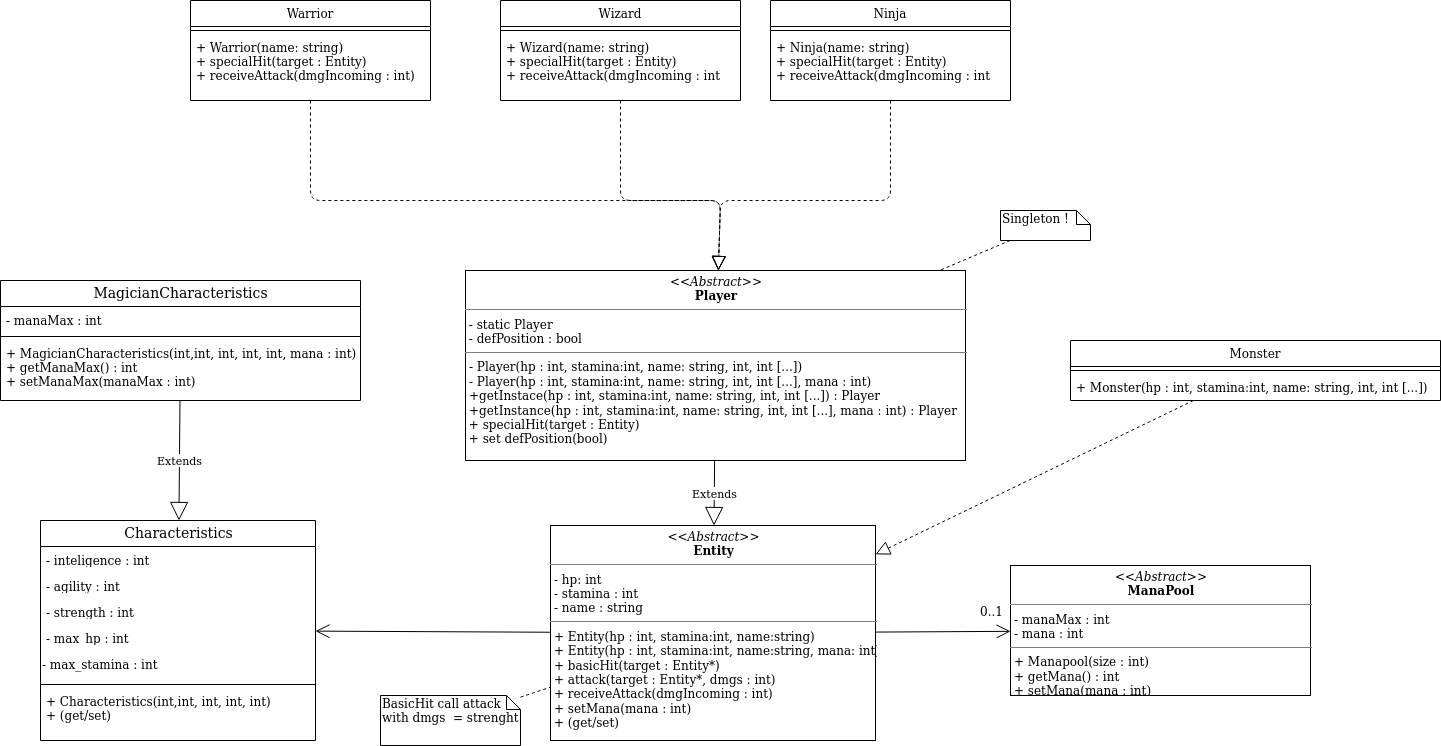
The draw.io diagram UMLs/Overview_characters.png in LavergneC/JavaRPG, before a commit. Source tidied: cells renumbered, new cells last; positions are measured from the earlier drawing's top-left corner, leaving out a move shared by most shapes.
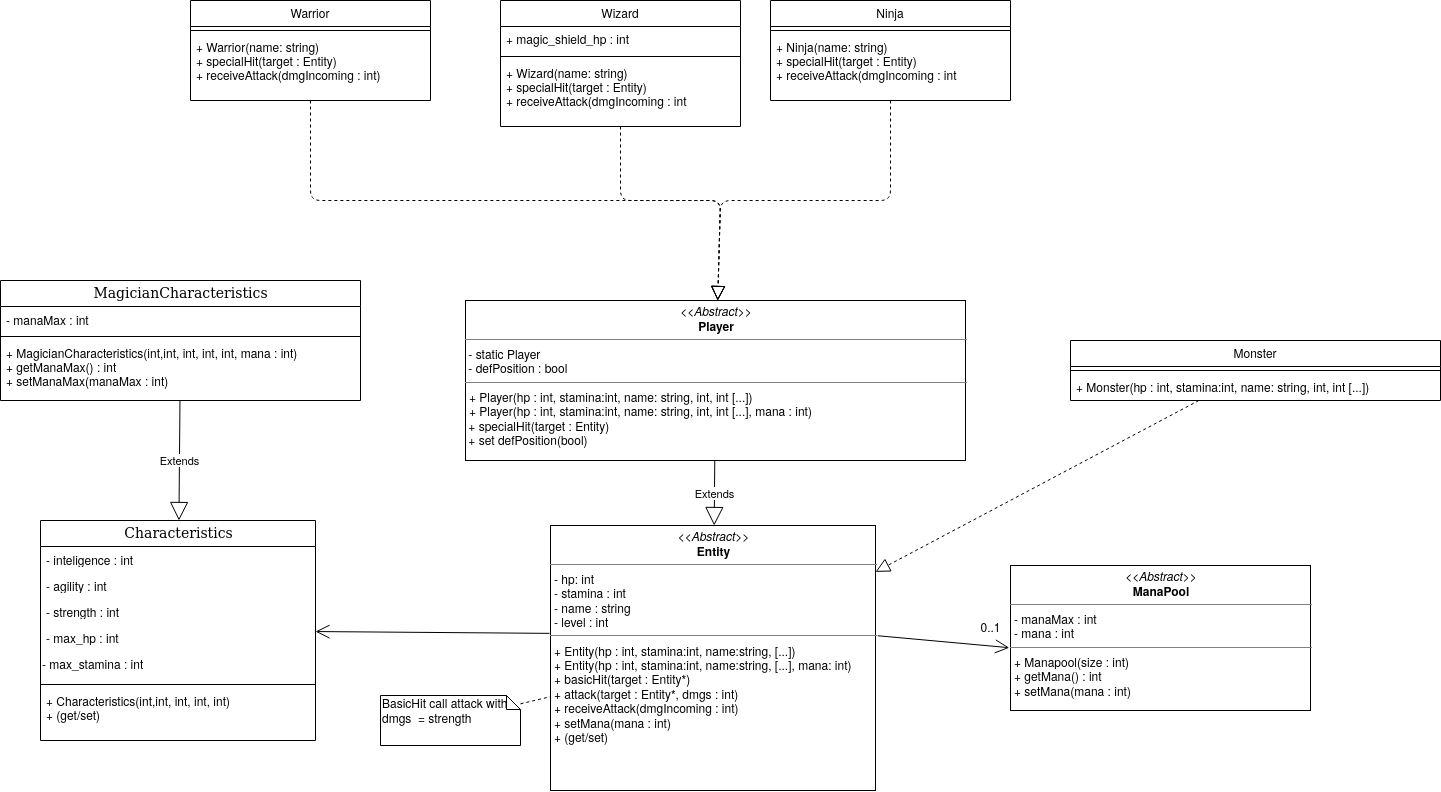
The same diagram one commit later.

Commit message:
Update uml character class diagram

What changed in the source:
```diff
@@ -2,25 +2,25 @@
   <root>
     <mxCell id="0" />
     <mxCell id="1" parent="0" />
-    <mxCell id="2" value="&lt;p style=&quot;margin: 0px ; margin-top: 4px ; text-align: center&quot;&gt;&lt;i&gt;&amp;lt;&amp;lt;Abstract&amp;gt;&amp;gt;&lt;/i&gt;&lt;br&gt;&lt;b&gt;Entity&lt;/b&gt;&lt;/p&gt;&lt;hr size=&quot;1&quot;&gt;&lt;p style=&quot;margin: 0px ; margin-left: 4px&quot;&gt;- hp: int&lt;br&gt;- stamina : int&lt;/p&gt;&lt;p style=&quot;margin: 0px ; margin-left: 4px&quot;&gt;- name : string&lt;br&gt;&lt;/p&gt;&lt;hr size=&quot;1&quot;&gt;&lt;p style=&quot;margin: 0px ; margin-left: 4px&quot;&gt;+ Entity(hp : int, stamina:int, name:string)&lt;/p&gt;&lt;p style=&quot;margin: 0px ; margin-left: 4px&quot;&gt;+ Entity(hp : int, stamina:int, name:string, mana: int)&lt;/p&gt;&lt;p style=&quot;margin: 0px ; margin-left: 4px&quot;&gt;+ basicHit(target : Entity*)&lt;br&gt;&lt;/p&gt;&lt;p style=&quot;margin: 0px ; margin-left: 4px&quot;&gt;+ attack(target : Entity*, dmgs : int)&lt;/p&gt;&lt;p style=&quot;margin: 0px ; margin-left: 4px&quot;&gt;+ receiveAttack(dmgIncoming : int)&lt;/p&gt;&lt;p style=&quot;margin: 0px ; margin-left: 4px&quot;&gt;+ setMana(mana : int)&lt;/p&gt;&lt;p style=&quot;margin: 0px ; margin-left: 4px&quot;&gt;+ (get/set)&lt;br&gt;&lt;/p&gt;&lt;p style=&quot;margin: 0px ; margin-left: 4px&quot;&gt;&lt;br&gt;&lt;/p&gt;" style="verticalAlign=top;align=left;overflow=fill;fontSize=12;fontFamily=Helvetica;html=1;rounded=0;shadow=0;comic=0;labelBackgroundColor=none;strokeWidth=1;" parent="1" vertex="1">
-      <mxGeometry x="550" y="525" width="325" height="215" as="geometry" />
+    <mxCell id="2" value="&lt;p style=&quot;margin: 0px ; margin-top: 4px ; text-align: center&quot;&gt;&lt;i&gt;&amp;lt;&amp;lt;Abstract&amp;gt;&amp;gt;&lt;/i&gt;&lt;br&gt;&lt;b&gt;Entity&lt;/b&gt;&lt;/p&gt;&lt;hr size=&quot;1&quot;&gt;&lt;p style=&quot;margin: 0px ; margin-left: 4px&quot;&gt;- hp: int&lt;br&gt;- stamina : int&lt;/p&gt;&lt;p style=&quot;margin: 0px ; margin-left: 4px&quot;&gt;- name : string&lt;/p&gt;&lt;p style=&quot;margin: 0px ; margin-left: 4px&quot;&gt;- level : int&lt;br&gt;&lt;/p&gt;&lt;hr size=&quot;1&quot;&gt;&lt;p style=&quot;margin: 0px ; margin-left: 4px&quot;&gt;+ Entity(hp : int, stamina:int, name:string, [...])&lt;/p&gt;&lt;p style=&quot;margin: 0px ; margin-left: 4px&quot;&gt;+ Entity(hp : int, stamina:int, name:string, [...], mana: int)&lt;/p&gt;&lt;p style=&quot;margin: 0px ; margin-left: 4px&quot;&gt;+ basicHit(target : Entity*)&lt;br&gt;&lt;/p&gt;&lt;p style=&quot;margin: 0px ; margin-left: 4px&quot;&gt;+ attack(target : Entity*, dmgs : int)&lt;/p&gt;&lt;p style=&quot;margin: 0px ; margin-left: 4px&quot;&gt;+ receiveAttack(dmgIncoming : int)&lt;/p&gt;&lt;p style=&quot;margin: 0px ; margin-left: 4px&quot;&gt;+ setMana(mana : int)&lt;/p&gt;&lt;p style=&quot;margin: 0px ; margin-left: 4px&quot;&gt;+ (get/set)&lt;br&gt;&lt;/p&gt;&lt;p style=&quot;margin: 0px ; margin-left: 4px&quot;&gt;&lt;br&gt;&lt;/p&gt;" style="verticalAlign=top;align=left;overflow=fill;fontSize=12;fontFamily=Helvetica;html=1;rounded=0;shadow=0;comic=0;labelBackgroundColor=none;strokeWidth=1;" parent="1" vertex="1">
+      <mxGeometry x="550" y="525" width="325" height="265" as="geometry" />
     </mxCell>
     <mxCell id="3" value="&lt;p style=&quot;margin: 0px ; margin-top: 4px ; text-align: center&quot;&gt;&lt;i&gt;&amp;lt;&amp;lt;&lt;/i&gt;&lt;i&gt;&lt;i&gt;Abstract&lt;/i&gt;&amp;gt;&amp;gt;&lt;/i&gt;&lt;br&gt;&lt;b&gt;ManaPool&lt;/b&gt;&lt;/p&gt;&lt;hr size=&quot;1&quot;&gt;&lt;p style=&quot;margin: 0px ; margin-left: 4px&quot;&gt;- manaMax : int&lt;/p&gt;&lt;p style=&quot;margin: 0px ; margin-left: 4px&quot;&gt;- mana : int&lt;br&gt;&lt;/p&gt;&lt;hr size=&quot;1&quot;&gt;&lt;p style=&quot;margin: 0px ; margin-left: 4px&quot;&gt;+ Manapool(size : int)&lt;/p&gt;&lt;p style=&quot;margin: 0px ; margin-left: 4px&quot;&gt;+ getMana() : int&lt;br&gt;&lt;/p&gt;&lt;p style=&quot;margin: 0px ; margin-left: 4px&quot;&gt;+ setMana(mana : int)&lt;br&gt;&lt;/p&gt;&lt;p style=&quot;margin: 0px ; margin-left: 4px&quot;&gt;&lt;br&gt;&lt;/p&gt;" style="verticalAlign=top;align=left;overflow=fill;fontSize=12;fontFamily=Helvetica;html=1;rounded=0;shadow=0;comic=0;labelBackgroundColor=none;strokeWidth=1;" parent="1" vertex="1">
-      <mxGeometry x="1010" y="565" width="300" height="130" as="geometry" />
+      <mxGeometry x="1010" y="565" width="300" height="145" as="geometry" />
     </mxCell>
     <mxCell id="4" value="Extends" style="endArrow=block;endSize=16;endFill=0;html=1;" parent="1" edge="1" source="22" target="14">
       <mxGeometry relative="1" as="geometry" />
     </mxCell>
-    <mxCell id="5" style="endArrow=open;endFill=1;endSize=12;html=1;" parent="1" edge="1" source="2" target="14">
+    <mxCell id="5" style="endArrow=open;endFill=1;endSize=12;html=1;exitX=-0.003;exitY=0.407;exitDx=0;exitDy=0;exitPerimeter=0;" parent="1" edge="1" source="2" target="14">
       <mxGeometry relative="1" as="geometry" />
     </mxCell>
-    <mxCell id="6" value="&lt;p style=&quot;margin: 0px ; margin-top: 4px ; text-align: center&quot;&gt;&lt;i&gt;&amp;lt;&amp;lt;&lt;/i&gt;&lt;i&gt;&lt;i&gt;Abstract&lt;/i&gt;&amp;gt;&amp;gt;&lt;/i&gt;&lt;br&gt;&lt;b&gt;Player&lt;/b&gt;&lt;/p&gt;&lt;hr size=&quot;1&quot;&gt;&lt;div&gt;&amp;nbsp;- static Player&amp;nbsp; &lt;br&gt;&lt;/div&gt;&lt;div&gt;&amp;nbsp;- defPosition : bool&lt;/div&gt;&lt;hr size=&quot;1&quot;&gt;&lt;p style=&quot;margin: 0px ; margin-left: 4px&quot;&gt;- Player(hp : int, stamina:int, name: string, int, int [...])&lt;/p&gt;&lt;p style=&quot;margin: 0px ; margin-left: 4px&quot;&gt;- Player(hp : int, stamina:int, name: string, int, int [...], mana : int)&lt;/p&gt;&lt;p style=&quot;margin: 0px ; margin-left: 4px&quot;&gt;+getInstace(hp : int, stamina:int, name: string, int, int [...]) : Player&lt;br&gt;&lt;/p&gt;&lt;p style=&quot;margin: 0px ; margin-left: 4px&quot;&gt;+getInstance(hp : int, stamina:int, name: string, int, int [...], mana : int) : Player&lt;br&gt;&lt;/p&gt;&lt;div&gt;&amp;nbsp;+ specialHit(target : Entity)&lt;/div&gt;&lt;div&gt;&amp;nbsp;+ set defPosition(bool)&lt;br&gt;&lt;/div&gt;&lt;p style=&quot;margin: 0px ; margin-left: 4px&quot;&gt;&lt;br&gt;&lt;/p&gt;" style="verticalAlign=top;align=left;overflow=fill;fontSize=12;fontFamily=Helvetica;html=1;rounded=0;shadow=0;comic=0;labelBackgroundColor=none;strokeWidth=1;" parent="1" vertex="1">
-      <mxGeometry x="465" y="270" width="500" height="190" as="geometry" />
+    <mxCell id="6" value="&lt;p style=&quot;margin: 0px ; margin-top: 4px ; text-align: center&quot;&gt;&lt;i&gt;&amp;lt;&amp;lt;&lt;/i&gt;&lt;i&gt;&lt;i&gt;Abstract&lt;/i&gt;&amp;gt;&amp;gt;&lt;/i&gt;&lt;br&gt;&lt;b&gt;Player&lt;/b&gt;&lt;/p&gt;&lt;hr size=&quot;1&quot;&gt;&lt;div&gt;&amp;nbsp;- static Player&amp;nbsp; &lt;br&gt;&lt;/div&gt;&lt;div&gt;&amp;nbsp;- defPosition : bool&lt;/div&gt;&lt;hr size=&quot;1&quot;&gt;&lt;p style=&quot;margin: 0px ; margin-left: 4px&quot;&gt;+ Player(hp : int, stamina:int, name: string, int, int [...])&lt;/p&gt;&lt;p style=&quot;margin: 0px ; margin-left: 4px&quot;&gt;+ Player(hp : int, stamina:int, name: string, int, int [...], mana : int)&lt;/p&gt;&lt;div&gt;&amp;nbsp;+ specialHit(target : Entity)&lt;/div&gt;&lt;div&gt;&amp;nbsp;+ set defPosition(bool)&lt;br&gt;&lt;/div&gt;&lt;p style=&quot;margin: 0px ; margin-left: 4px&quot;&gt;&lt;br&gt;&lt;/p&gt;" style="verticalAlign=top;align=left;overflow=fill;fontSize=12;fontFamily=Helvetica;html=1;rounded=0;shadow=0;comic=0;labelBackgroundColor=none;strokeWidth=1;" parent="1" vertex="1">
+      <mxGeometry x="465" y="300" width="500" height="160" as="geometry" />
     </mxCell>
     <mxCell id="7" value="Extends" style="endArrow=block;endSize=16;endFill=0;html=1;" parent="1" edge="1" source="6" target="2">
       <mxGeometry relative="1" as="geometry" />
     </mxCell>
-    <mxCell id="8" value="&lt;div&gt;BasicHit call attack with dmgs&amp;nbsp; = strenght&lt;br&gt;&lt;/div&gt;" style="shape=note;whiteSpace=wrap;html=1;size=14;verticalAlign=top;align=left;spacingTop=-6;" parent="1" vertex="1">
+    <mxCell id="8" value="&lt;div&gt;BasicHit call attack with dmgs&amp;nbsp; = strength&lt;/div&gt;" style="shape=note;whiteSpace=wrap;html=1;size=14;verticalAlign=top;align=left;spacingTop=-6;" parent="1" vertex="1">
       <mxGeometry x="380" y="695" width="140" height="50" as="geometry" />
     </mxCell>
     <mxCell id="9" style="endArrow=none;dashed=1;html=1;" parent="1" edge="1" source="8" target="2">
@@ -117,21 +117,18 @@
       <mxGeometry y="34" width="240" height="66" as="geometry" />
     </mxCell>
     <mxCell id="35" value="Wizard" style="swimlane;fontStyle=0;horizontal=1;startSize=26;fillColor=none;" parent="1" vertex="1">
-      <mxGeometry x="500" width="240" height="100" as="geometry" />
+      <mxGeometry x="500" width="240" height="126" as="geometry" />
     </mxCell>
+    <mxCell id="42" value="+ magic_shield_hp : int" style="text;strokeColor=none;fillColor=none;align=left;verticalAlign=top;spacingLeft=4;spacingRight=4;overflow=hidden;" parent="35" vertex="1">
+      <mxGeometry y="26" width="240" height="26" as="geometry" />
+    </mxCell>
     <mxCell id="36" style="line;strokeWidth=1;fillColor=none;align=left;verticalAlign=middle;spacingTop=-1;spacingLeft=3;spacingRight=3;labelPosition=right;" parent="35" vertex="1">
-      <mxGeometry y="26" width="240" height="8" as="geometry" />
+      <mxGeometry y="52" width="240" height="8" as="geometry" />
     </mxCell>
     <mxCell id="37" value="+ Wizard(name: string)&#10; + specialHit(target : Entity)&#10;+ receiveAttack(dmgIncoming : int&#10;&#10;" style="text;strokeColor=none;fillColor=none;align=left;verticalAlign=top;spacingLeft=4;spacingRight=4;overflow=hidden;" parent="35" vertex="1">
-      <mxGeometry y="34" width="240" height="66" as="geometry" />
+      <mxGeometry y="60" width="240" height="66" as="geometry" />
     </mxCell>
-    <mxCell id="38" value="Singleton !" style="shape=note;whiteSpace=wrap;html=1;size=14;verticalAlign=top;align=left;spacingTop=-6;" parent="1" vertex="1">
-      <mxGeometry x="1000" y="210" width="90" height="30" as="geometry" />
-    </mxCell>
-    <mxCell id="39" style="endArrow=none;dashed=1;html=1;" parent="1" edge="1" source="38" target="6">
-      <mxGeometry relative="1" as="geometry" />
-    </mxCell>
-    <mxCell id="40" style="endArrow=open;endFill=1;endSize=12;html=1;" parent="1" edge="1" source="2" target="3">
+    <mxCell id="40" style="endArrow=open;endFill=1;endSize=12;html=1;exitX=1.007;exitY=0.416;exitDx=0;exitDy=0;exitPerimeter=0;entryX=-0.004;entryY=0.567;entryDx=0;entryDy=0;entryPerimeter=0;" parent="1" edge="1" source="2" target="3">
       <mxGeometry relative="1" as="geometry" />
     </mxCell>
     <mxCell id="41" value="0..1" style="text;html=1;align=center;verticalAlign=middle;labelBackgroundColor=#ffffff;" parent="40" vertex="1">
```
